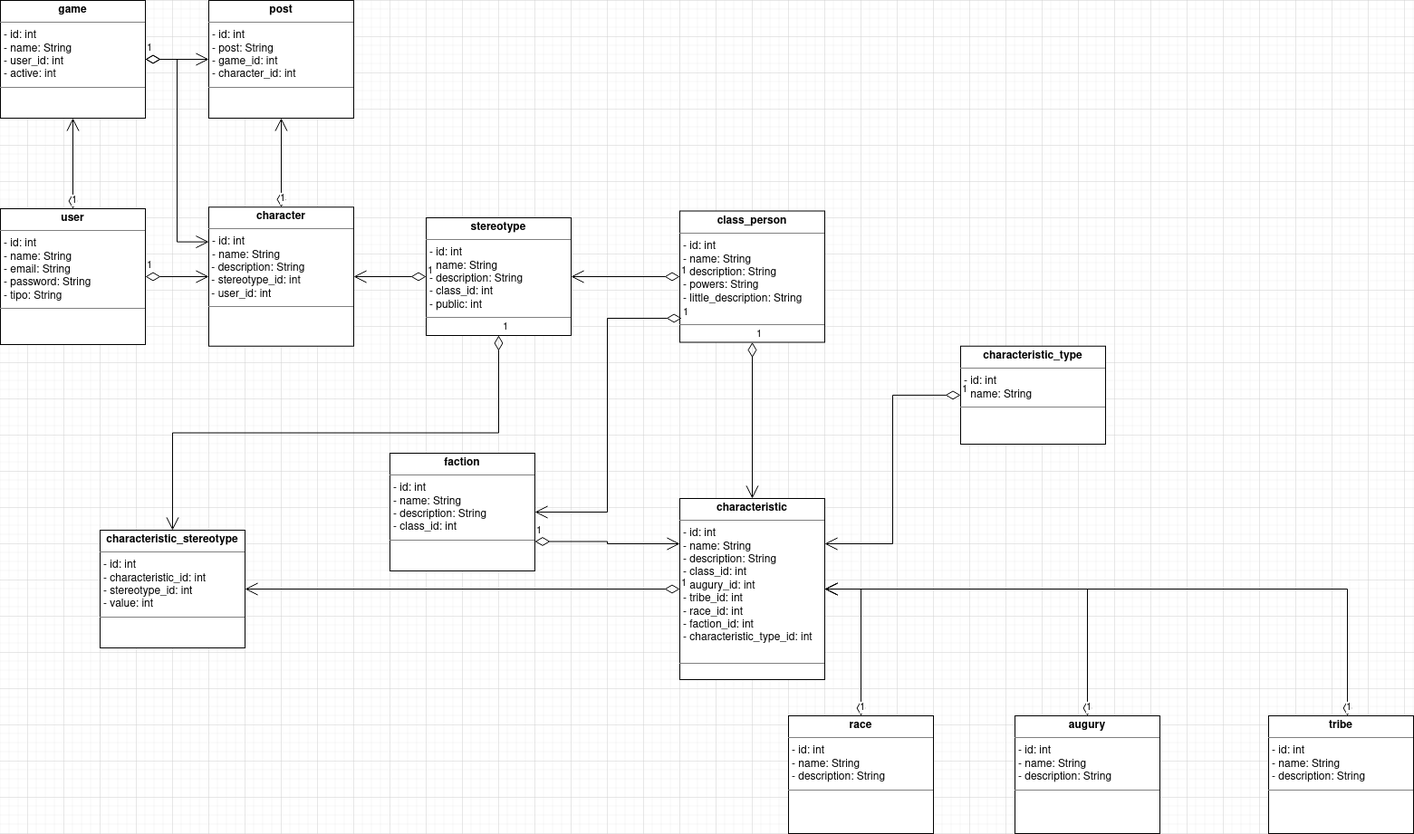
Before: diagrama_de_classes.drawio.png, a diagram exported from draw.io (fabriciodiasoliveira/mundo-sombrio-rpg). Source tidied: cells renumbered, new cells last; positions are measured from the earlier drawing's top-left corner, leaving out a move shared by most shapes.
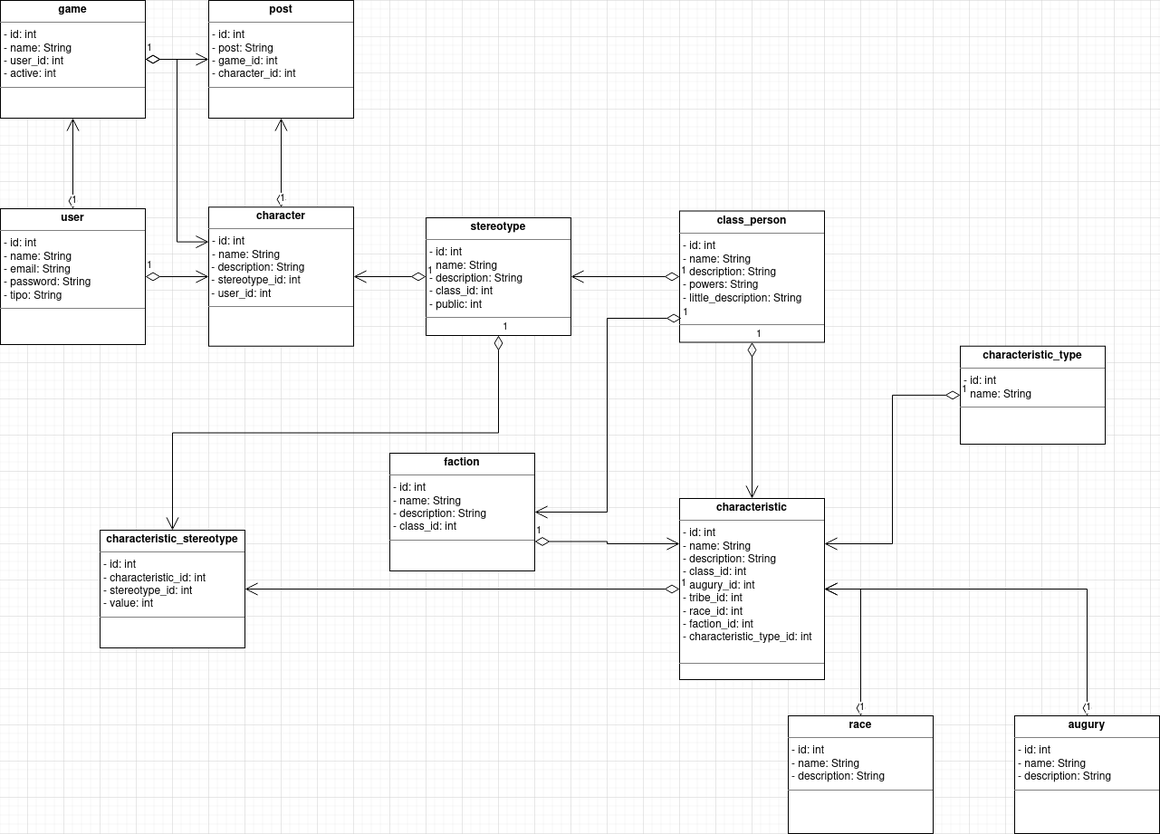
After the commit.

Commit message:
#4: Correção do diagrama de classes

Change to the diagram source:
```diff
@@ -26,9 +26,6 @@
     <mxCell id="9" value="1" style="endArrow=open;html=1;endSize=12;startArrow=diamondThin;startSize=14;startFill=0;edgeStyle=orthogonalEdgeStyle;align=left;verticalAlign=bottom;rounded=0;entryX=1;entryY=0.5;entryDx=0;entryDy=0;exitX=0;exitY=0.5;exitDx=0;exitDy=0;" parent="1" edge="1" source="5" target="7">
       <mxGeometry x="-1" y="3" relative="1" as="geometry" />
     </mxCell>
-    <mxCell id="10" value="&lt;p style=&quot;margin:0px;margin-top:4px;text-align:center;&quot;&gt;&lt;b&gt;tribe&lt;/b&gt;&lt;/p&gt;&lt;hr size=&quot;1&quot;&gt;&lt;p style=&quot;margin:0px;margin-left:4px;&quot;&gt;- id: int&lt;/p&gt;&lt;p style=&quot;margin:0px;margin-left:4px;&quot;&gt;- name: String&lt;br&gt;&lt;/p&gt;&lt;p style=&quot;margin:0px;margin-left:4px;&quot;&gt;- description: String&lt;/p&gt;&lt;hr size=&quot;1&quot;&gt;&lt;p style=&quot;margin:0px;margin-left:4px;&quot;&gt;&lt;br&gt;&lt;/p&gt;" style="verticalAlign=top;align=left;overflow=fill;fontSize=12;fontFamily=Helvetica;html=1;" parent="1" vertex="1">
-      <mxGeometry x="1400" y="790" width="160" height="130" as="geometry" />
-    </mxCell>
     <mxCell id="11" value="&lt;p style=&quot;margin:0px;margin-top:4px;text-align:center;&quot;&gt;&lt;b&gt;augury&lt;/b&gt;&lt;br&gt;&lt;/p&gt;&lt;hr size=&quot;1&quot;&gt;&lt;p style=&quot;margin:0px;margin-left:4px;&quot;&gt;- id: int&lt;/p&gt;&lt;p style=&quot;margin:0px;margin-left:4px;&quot;&gt;- name: String&lt;br&gt;&lt;/p&gt;&lt;p style=&quot;margin:0px;margin-left:4px;&quot;&gt;- description: String&lt;/p&gt;&lt;hr size=&quot;1&quot;&gt;&lt;p style=&quot;margin:0px;margin-left:4px;&quot;&gt;&lt;br&gt;&lt;/p&gt;" style="verticalAlign=top;align=left;overflow=fill;fontSize=12;fontFamily=Helvetica;html=1;" parent="1" vertex="1">
       <mxGeometry x="1120" y="790" width="160" height="130" as="geometry" />
     </mxCell>
@@ -59,9 +56,6 @@
     <mxCell id="20" value="1" style="endArrow=open;html=1;endSize=12;startArrow=diamondThin;startSize=14;startFill=0;edgeStyle=orthogonalEdgeStyle;align=left;verticalAlign=bottom;rounded=0;entryX=1;entryY=0.5;entryDx=0;entryDy=0;exitX=0.5;exitY=0;exitDx=0;exitDy=0;" parent="1" edge="1" source="12" target="5">
       <mxGeometry x="-1" y="3" relative="1" as="geometry" />
     </mxCell>
-    <mxCell id="21" value="1" style="endArrow=open;html=1;endSize=12;startArrow=diamondThin;startSize=14;startFill=0;edgeStyle=orthogonalEdgeStyle;align=left;verticalAlign=bottom;rounded=0;entryX=1;entryY=0.5;entryDx=0;entryDy=0;exitX=0.544;exitY=0;exitDx=0;exitDy=0;exitPerimeter=0;" parent="1" edge="1" source="10" target="5">
-      <mxGeometry x="-1" y="3" relative="1" as="geometry" />
-    </mxCell>
     <mxCell id="22" value="&lt;p style=&quot;margin:0px;margin-top:4px;text-align:center;&quot;&gt;&lt;b&gt;character&lt;/b&gt;&lt;/p&gt;&lt;hr size=&quot;1&quot;&gt;&lt;p style=&quot;margin:0px;margin-left:4px;&quot;&gt;- id: int&lt;/p&gt;&lt;p style=&quot;margin:0px;margin-left:4px;&quot;&gt;- name: String&lt;/p&gt;&lt;div&gt;&amp;nbsp;- description: String&lt;/div&gt;&lt;div&gt;&amp;nbsp;- stereotype_id: int&lt;/div&gt;&lt;div&gt;&amp;nbsp;- user_id: int&lt;/div&gt;&lt;hr size=&quot;1&quot;&gt;&lt;p style=&quot;margin:0px;margin-left:4px;&quot;&gt;&lt;br&gt;&lt;/p&gt;" style="verticalAlign=top;align=left;overflow=fill;fontSize=12;fontFamily=Helvetica;html=1;" parent="1" vertex="1">
       <mxGeometry x="230" y="228.2" width="160" height="153.5" as="geometry" />
     </mxCell>
```
